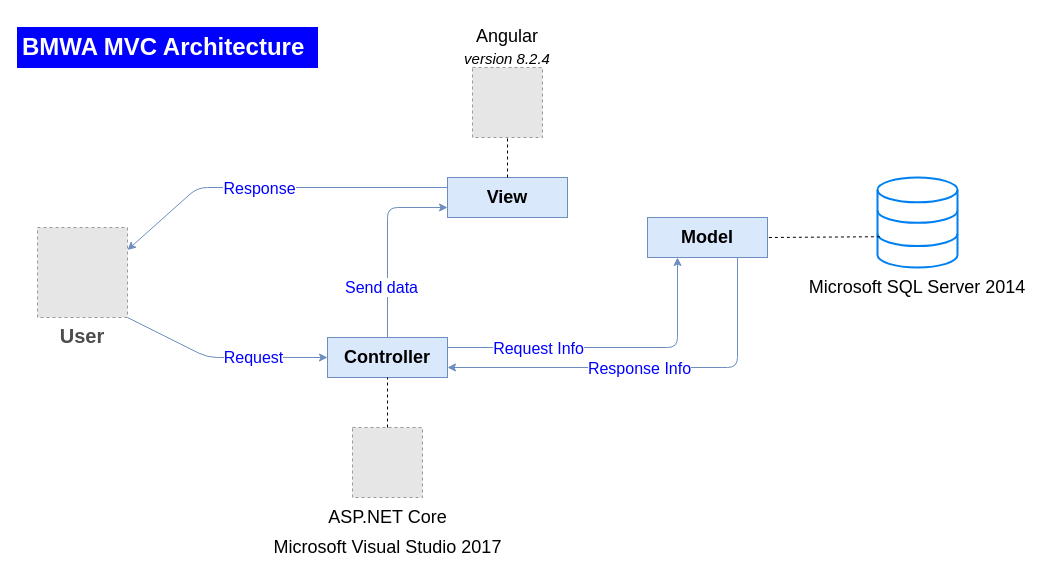
htdang7208/Business-Management-Web-Application keeps this draw.io diagram as 1. Documents/Project Architecture/BMWA_Mvc_Architecture.drawio. Above is the earlier version. Source tidied: cells renumbered, new cells numbered last; positions are measured from the earlier drawing's top-left corner, leaving out a move shared by most shapes. Both pictures are drawn from the tidied source at 100%, with x=0, y=0 at pixel (17, 17). Pictures stored in the file or linked from it are replaced by grey dashed boxes.
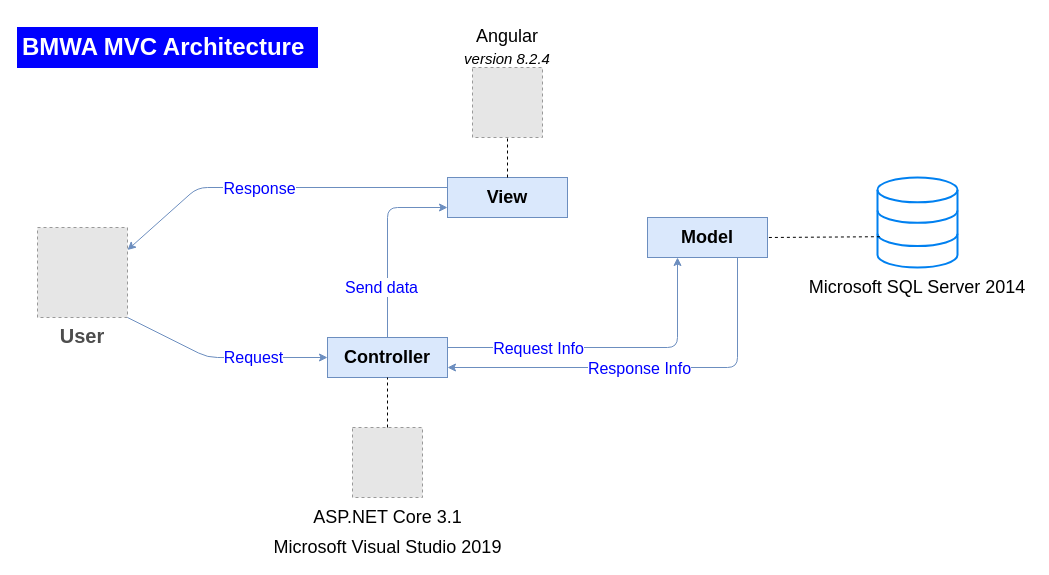
The same diagram, later.

Diff of the diagram source:
```diff
@@
-    <mxCell id="23" value="Microsoft Visual Studio 2017" style="text;html=1;strokeColor=none;fillColor=none;align=center;verticalAlign=middle;whiteSpace=wrap;rounded=0;shadow=0;glass=0;fontSize=18;fontColor=#000000;" parent="1" vertex="1">
+    <mxCell id="23" value="&lt;div&gt;Microsoft Visual Studio 2019&lt;/div&gt;" style="text;html=1;strokeColor=none;fillColor=none;align=center;verticalAlign=middle;whiteSpace=wrap;rounded=0;shadow=0;glass=0;fontSize=18;fontColor=#000000;" parent="1" vertex="1">
       <mxGeometry x="248.8" y="520" width="242.5" height="20" as="geometry" />
     </mxCell>
-    <mxCell id="24" value="ASP.NET Core" style="text;html=1;strokeColor=none;fillColor=none;align=center;verticalAlign=middle;whiteSpace=wrap;rounded=0;shadow=0;glass=0;fontSize=18;fontColor=#000000;" parent="1" vertex="1">
+    <mxCell id="24" value="ASP.NET Core 3.1" style="text;html=1;strokeColor=none;fillColor=none;align=center;verticalAlign=middle;whiteSpace=wrap;rounded=0;shadow=0;glass=0;fontSize=18;fontColor=#000000;" parent="1" vertex="1">
       <mxGeometry x="248.8" y="490" width="242.5" height="20" as="geometry" />
     </mxCell>
```
